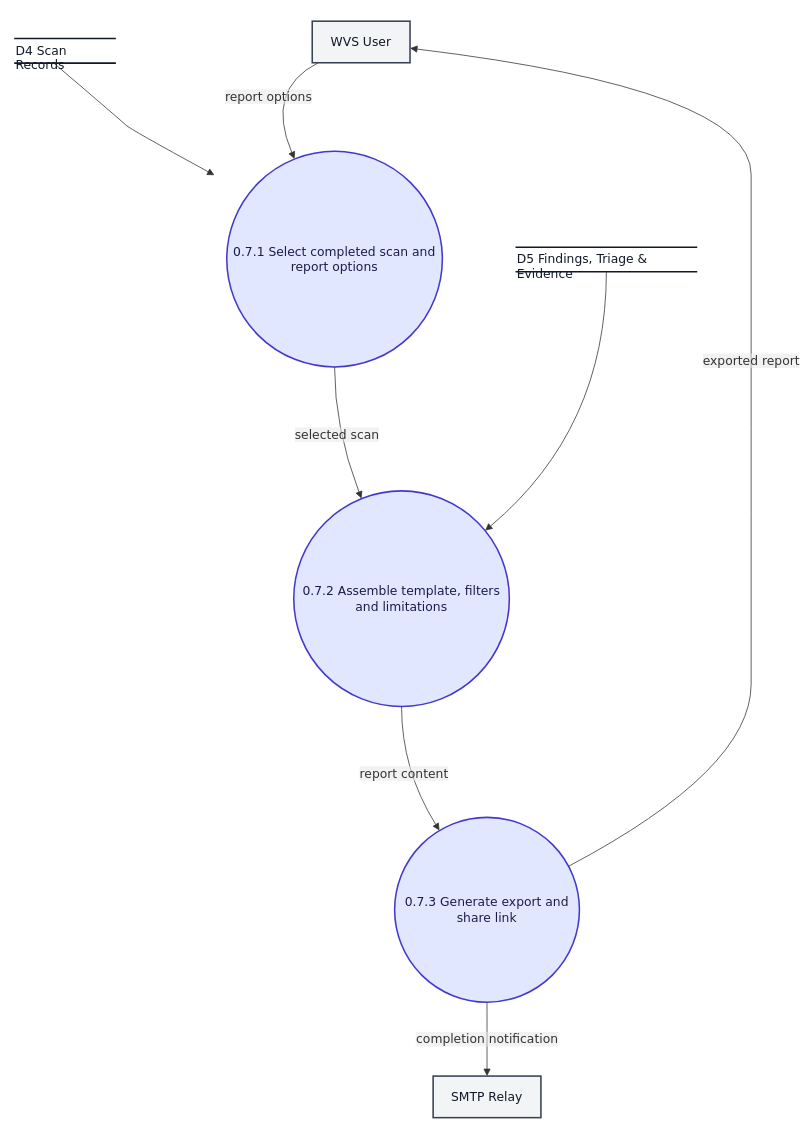
Earlier version of the draw.io diagram docs/mermaid/f.7.drawio (ksacheth/software-engineering). Source tidied: cells renumbered, new cells numbered last; positions are measured from the earlier drawing's top-left corner, leaving out a move shared by most shapes. Both pictures are drawn from the tidied source at 77%, with x=0, y=0 at pixel (14, 13).
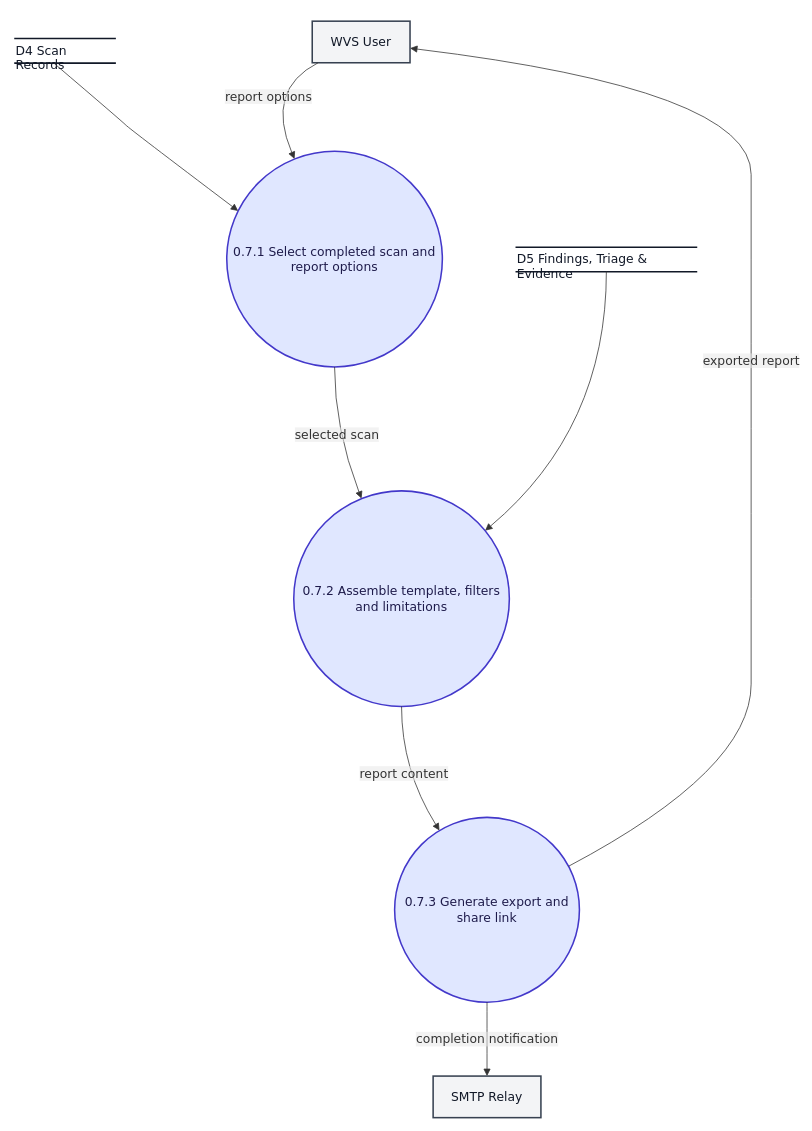
The same page after the edit.

Unchanged cells that the change refers to:
```xml
<mxCell id="2" style="group;transparentBounds=1;editIcon=1;lockedGroup=0;groupPadding=10;" parent="1" vertex="1">
  <mxGeometry x="220" as="geometry" />
</mxCell>
<mxCell id="5" value="0.7.1 Select completed scan and report options" style="ellipse;html=1;strokeWidth=2;whiteSpace=wrap;fillColor=#e0e7ff;strokeColor=#4338ca;fontColor=#1e1b4b;fontFamily=Trebuchet MS,Verdana,Arial,sans-serif;fontSize=16;" parent="2" vertex="1">
  <mxGeometry x="56" y="179" width="280" height="280" as="geometry" />
</mxCell>
<mxCell id="8" value="D4 Scan Records" style="text;html=1;whiteSpace=wrap;strokeColor=none;fillColor=none;fontColor=#111827;fontFamily=Trebuchet MS,Verdana,Arial,sans-serif;fontSize=16;" parent="2" vertex="1">
  <mxGeometry x="-220" y="32" width="132" height="32" as="geometry" />
</mxCell>
```

What changed in the source:
```diff
@@
-    <mxCell id="18" style="curved=1;startArrow=none;endArrow=block;endSize=7;strokeColor=light-dark(#333333,#cccccc);exitX=0.394;exitY=1.031;exitDx=0;exitDy=0;exitPerimeter=0;" parent="2" edge="1" source="8">
+    <mxCell id="18" style="curved=1;startArrow=none;endArrow=block;endSize=7;strokeColor=light-dark(#333333,#cccccc);exitX=0.394;exitY=1.031;exitDx=0;exitDy=0;exitPerimeter=0;entryX=0;entryY=0.25;" parent="2" edge="1" source="8" target="5">
       <mxGeometry relative="1" as="geometry">
-        <mxPoint x="40" y="210" as="targetPoint" />
         <Array as="points">
           <mxPoint x="-80" y="140" />
           <mxPoint x="-70" y="150" />
         </Array>
       </mxGeometry>
     </mxCell>
```
